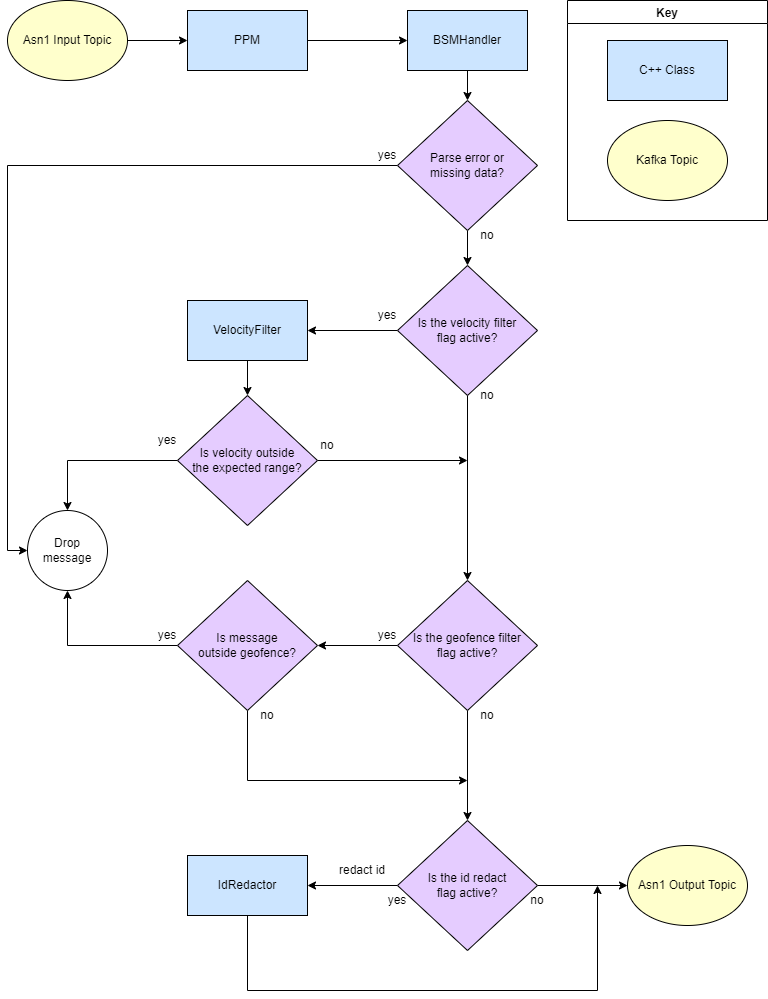
usdot-jpo-ode/jpo-cvdp keeps this draw.io diagram as docs/diagrams/data-flow/PPM Data Flow.drawio.png. Above is the earlier version. Source tidied: cells renumbered, new cells last; positions are measured from the earlier drawing's top-left corner, leaving out a move shared by most shapes. Its diagram source:
```xml
<mxGraphModel>
  <root>
    <mxCell id="0" />
    <mxCell id="1" parent="0" />
    <mxCell id="2" style="edgeStyle=orthogonalEdgeStyle;rounded=0;jettySize=auto;html=1;" parent="1" edge="1" source="3" target="5">
      <mxGeometry relative="1" as="geometry" />
    </mxCell>
    <mxCell id="3" value="PPM" style="rounded=0;whiteSpace=wrap;html=1;fillColor=#CCE5FF;" parent="1" vertex="1">
      <mxGeometry x="180" y="10" width="120" height="60" as="geometry" />
    </mxCell>
    <mxCell id="4" style="edgeStyle=orthogonalEdgeStyle;rounded=0;jettySize=auto;html=1;" parent="1" edge="1" source="5" target="46">
      <mxGeometry relative="1" as="geometry" />
    </mxCell>
    <mxCell id="5" value="BSMHandler" style="rounded=0;whiteSpace=wrap;html=1;fillColor=#CCE5FF;" parent="1" vertex="1">
      <mxGeometry x="400" y="10" width="120" height="60" as="geometry" />
    </mxCell>
    <mxCell id="6" style="edgeStyle=orthogonalEdgeStyle;rounded=0;jettySize=auto;html=1;" parent="1" edge="1" source="7" target="3">
      <mxGeometry relative="1" as="geometry" />
    </mxCell>
    <mxCell id="7" value="Asn1 Input Topic" style="ellipse;whiteSpace=wrap;html=1;fillColor=#FFFFCC;" parent="1" vertex="1">
      <mxGeometry width="120" height="80" as="geometry" />
    </mxCell>
    <mxCell id="8" value="Asn1 Output Topic" style="ellipse;whiteSpace=wrap;html=1;fillColor=#FFFFCC;" parent="1" vertex="1">
      <mxGeometry x="620" y="845" width="120" height="80" as="geometry" />
    </mxCell>
    <mxCell id="9" style="edgeStyle=orthogonalEdgeStyle;rounded=0;jettySize=auto;html=1;" parent="1" edge="1" source="11" target="13">
      <mxGeometry relative="1" as="geometry" />
    </mxCell>
    <mxCell id="10" style="edgeStyle=orthogonalEdgeStyle;rounded=0;jettySize=auto;html=1;" parent="1" edge="1" source="11" target="38">
      <mxGeometry relative="1" as="geometry" />
    </mxCell>
    <mxCell id="11" value="Is the velocity filter&lt;br&gt;flag active?" style="rhombus;whiteSpace=wrap;html=1;fillColor=#E5CCFF;" parent="1" vertex="1">
      <mxGeometry x="390" y="265" width="140" height="130" as="geometry" />
    </mxCell>
    <mxCell id="12" style="edgeStyle=orthogonalEdgeStyle;rounded=0;jettySize=auto;html=1;" parent="1" edge="1" source="13" target="29">
      <mxGeometry relative="1" as="geometry" />
    </mxCell>
    <mxCell id="13" value="VelocityFilter" style="rounded=0;whiteSpace=wrap;html=1;fillColor=#CCE5FF;" parent="1" vertex="1">
      <mxGeometry x="180" y="300" width="120" height="60" as="geometry" />
    </mxCell>
    <mxCell id="14" style="edgeStyle=orthogonalEdgeStyle;rounded=0;jettySize=auto;html=1;" parent="1" edge="1" source="16" target="18">
      <mxGeometry relative="1" as="geometry" />
    </mxCell>
    <mxCell id="15" style="edgeStyle=orthogonalEdgeStyle;rounded=0;jettySize=auto;html=1;" parent="1" edge="1" source="16" target="8">
      <mxGeometry relative="1" as="geometry" />
    </mxCell>
    <mxCell id="16" value="Is the id redact&lt;br&gt;flag active?" style="rhombus;whiteSpace=wrap;html=1;fillColor=#E5CCFF;" parent="1" vertex="1">
      <mxGeometry x="390" y="820" width="140" height="130" as="geometry" />
    </mxCell>
    <mxCell id="17" style="edgeStyle=orthogonalEdgeStyle;rounded=0;jettySize=auto;html=1;" parent="1" edge="1" source="18">
      <mxGeometry relative="1" as="geometry">
        <mxPoint x="590" y="885" as="targetPoint" />
        <Array as="points">
          <mxPoint x="240" y="990" />
          <mxPoint x="590" y="990" />
        </Array>
      </mxGeometry>
    </mxCell>
    <mxCell id="18" value="IdRedactor" style="rounded=0;whiteSpace=wrap;html=1;fillColor=#CCE5FF;" parent="1" vertex="1">
      <mxGeometry x="180" y="855" width="120" height="60" as="geometry" />
    </mxCell>
    <mxCell id="19" value="redact id" style="text;html=1;strokeColor=none;fillColor=none;align=center;verticalAlign=middle;whiteSpace=wrap;rounded=0;" parent="1" vertex="1">
      <mxGeometry x="320" y="855" width="70" height="30" as="geometry" />
    </mxCell>
    <mxCell id="20" value="yes" style="text;html=1;strokeColor=none;fillColor=none;align=center;verticalAlign=middle;whiteSpace=wrap;rounded=0;" parent="1" vertex="1">
      <mxGeometry x="360" y="885" width="60" height="30" as="geometry" />
    </mxCell>
    <mxCell id="21" value="no" style="text;html=1;strokeColor=none;fillColor=none;align=center;verticalAlign=middle;whiteSpace=wrap;rounded=0;" parent="1" vertex="1">
      <mxGeometry x="500" y="885" width="60" height="30" as="geometry" />
    </mxCell>
    <mxCell id="22" value="yes" style="text;html=1;strokeColor=none;fillColor=none;align=center;verticalAlign=middle;whiteSpace=wrap;rounded=0;" parent="1" vertex="1">
      <mxGeometry x="350" y="300" width="60" height="30" as="geometry" />
    </mxCell>
    <mxCell id="23" value="no" style="text;html=1;strokeColor=none;fillColor=none;align=center;verticalAlign=middle;whiteSpace=wrap;rounded=0;" parent="1" vertex="1">
      <mxGeometry x="450" y="380" width="60" height="30" as="geometry" />
    </mxCell>
    <mxCell id="24" value="Key" style="swimlane;fillColor=#FFFFFF;" parent="1" vertex="1">
      <mxGeometry x="560" width="200" height="220" as="geometry" />
    </mxCell>
    <mxCell id="25" value="C++ Class" style="rounded=0;whiteSpace=wrap;html=1;fillColor=#CCE5FF;" parent="24" vertex="1">
      <mxGeometry x="40" y="40" width="120" height="60" as="geometry" />
    </mxCell>
    <mxCell id="26" value="Kafka Topic" style="ellipse;whiteSpace=wrap;html=1;fillColor=#FFFFCC;" parent="24" vertex="1">
      <mxGeometry x="40" y="120" width="120" height="80" as="geometry" />
    </mxCell>
    <mxCell id="27" style="edgeStyle=orthogonalEdgeStyle;rounded=0;jettySize=auto;html=1;" parent="1" edge="1" source="29">
      <mxGeometry relative="1" as="geometry">
        <mxPoint x="460" y="460" as="targetPoint" />
      </mxGeometry>
    </mxCell>
    <mxCell id="28" style="edgeStyle=orthogonalEdgeStyle;rounded=0;jettySize=auto;html=1;entryX=0.5;entryY=0;entryDx=0;entryDy=0;" parent="1" edge="1" source="29" target="30">
      <mxGeometry relative="1" as="geometry" />
    </mxCell>
    <mxCell id="29" value="Is velocity outside&lt;br&gt;the expected range?" style="rhombus;whiteSpace=wrap;html=1;fillColor=#E5CCFF;" parent="1" vertex="1">
      <mxGeometry x="170" y="395" width="140" height="130" as="geometry" />
    </mxCell>
    <mxCell id="30" value="Drop message" style="ellipse;whiteSpace=wrap;html=1;" parent="1" vertex="1">
      <mxGeometry x="20" y="510" width="80" height="80" as="geometry" />
    </mxCell>
    <mxCell id="31" value="yes" style="text;html=1;strokeColor=none;fillColor=none;align=center;verticalAlign=middle;whiteSpace=wrap;rounded=0;" parent="1" vertex="1">
      <mxGeometry x="130" y="425" width="60" height="30" as="geometry" />
    </mxCell>
    <mxCell id="32" value="no" style="text;html=1;strokeColor=none;fillColor=none;align=center;verticalAlign=middle;whiteSpace=wrap;rounded=0;" parent="1" vertex="1">
      <mxGeometry x="290" y="430" width="60" height="30" as="geometry" />
    </mxCell>
    <mxCell id="33" style="edgeStyle=orthogonalEdgeStyle;rounded=0;jettySize=auto;html=1;" parent="1" edge="1" source="35">
      <mxGeometry relative="1" as="geometry">
        <mxPoint x="460" y="780" as="targetPoint" />
        <Array as="points">
          <mxPoint x="240" y="780" />
        </Array>
      </mxGeometry>
    </mxCell>
    <mxCell id="34" style="edgeStyle=orthogonalEdgeStyle;rounded=0;jettySize=auto;html=1;exitX=0;exitY=0.5;exitDx=0;exitDy=0;entryX=0.5;entryY=1;entryDx=0;entryDy=0;" parent="1" edge="1" source="35" target="30">
      <mxGeometry relative="1" as="geometry" />
    </mxCell>
    <mxCell id="35" value="Is message&lt;br&gt;outside geofence?" style="rhombus;whiteSpace=wrap;html=1;fillColor=#E5CCFF;" parent="1" vertex="1">
      <mxGeometry x="170" y="580" width="140" height="130" as="geometry" />
    </mxCell>
    <mxCell id="36" style="edgeStyle=orthogonalEdgeStyle;rounded=0;jettySize=auto;html=1;" parent="1" edge="1" source="38" target="35">
      <mxGeometry relative="1" as="geometry" />
    </mxCell>
    <mxCell id="37" style="edgeStyle=orthogonalEdgeStyle;rounded=0;jettySize=auto;html=1;" parent="1" edge="1" source="38" target="16">
      <mxGeometry relative="1" as="geometry" />
    </mxCell>
    <mxCell id="38" value="Is the geofence filter&lt;br&gt;flag active?" style="rhombus;whiteSpace=wrap;html=1;fillColor=#E5CCFF;" parent="1" vertex="1">
      <mxGeometry x="390" y="580" width="140" height="130" as="geometry" />
    </mxCell>
    <mxCell id="39" style="edgeStyle=orthogonalEdgeStyle;rounded=0;orthogonalLoop=1;jettySize=auto;html=1;exitX=0.5;exitY=1;exitDx=0;exitDy=0;" parent="1" edge="1" source="31" target="31">
      <mxGeometry relative="1" as="geometry" />
    </mxCell>
    <mxCell id="40" value="yes" style="text;html=1;strokeColor=none;fillColor=none;align=center;verticalAlign=middle;whiteSpace=wrap;rounded=0;" parent="1" vertex="1">
      <mxGeometry x="350" y="620" width="60" height="30" as="geometry" />
    </mxCell>
    <mxCell id="41" value="no" style="text;html=1;strokeColor=none;fillColor=none;align=center;verticalAlign=middle;whiteSpace=wrap;rounded=0;" parent="1" vertex="1">
      <mxGeometry x="450" y="700" width="60" height="30" as="geometry" />
    </mxCell>
    <mxCell id="42" value="yes" style="text;html=1;strokeColor=none;fillColor=none;align=center;verticalAlign=middle;whiteSpace=wrap;rounded=0;" parent="1" vertex="1">
      <mxGeometry x="130" y="620" width="60" height="30" as="geometry" />
    </mxCell>
    <mxCell id="43" value="no" style="text;html=1;strokeColor=none;fillColor=none;align=center;verticalAlign=middle;whiteSpace=wrap;rounded=0;" parent="1" vertex="1">
      <mxGeometry x="230" y="700" width="60" height="30" as="geometry" />
    </mxCell>
    <mxCell id="44" style="edgeStyle=orthogonalEdgeStyle;rounded=0;jettySize=auto;html=1;" parent="1" edge="1" source="46" target="11">
      <mxGeometry relative="1" as="geometry" />
    </mxCell>
    <mxCell id="45" style="edgeStyle=orthogonalEdgeStyle;rounded=0;jettySize=auto;html=1;entryX=0;entryY=0.5;entryDx=0;entryDy=0;" parent="1" edge="1" source="46" target="30">
      <mxGeometry relative="1" as="geometry" />
    </mxCell>
    <mxCell id="46" value="Parse error or&lt;br&gt;missing data?" style="rhombus;whiteSpace=wrap;html=1;fillColor=#E5CCFF;" parent="1" vertex="1">
      <mxGeometry x="390" y="100" width="140" height="130" as="geometry" />
    </mxCell>
    <mxCell id="47" value="yes" style="text;html=1;strokeColor=none;fillColor=none;align=center;verticalAlign=middle;whiteSpace=wrap;rounded=0;" parent="1" vertex="1">
      <mxGeometry x="350" y="140" width="60" height="30" as="geometry" />
    </mxCell>
    <mxCell id="48" value="no" style="text;html=1;strokeColor=none;fillColor=none;align=center;verticalAlign=middle;whiteSpace=wrap;rounded=0;" parent="1" vertex="1">
      <mxGeometry x="450" y="220" width="60" height="30" as="geometry" />
    </mxCell>
  </root>
</mxGraphModel>
```
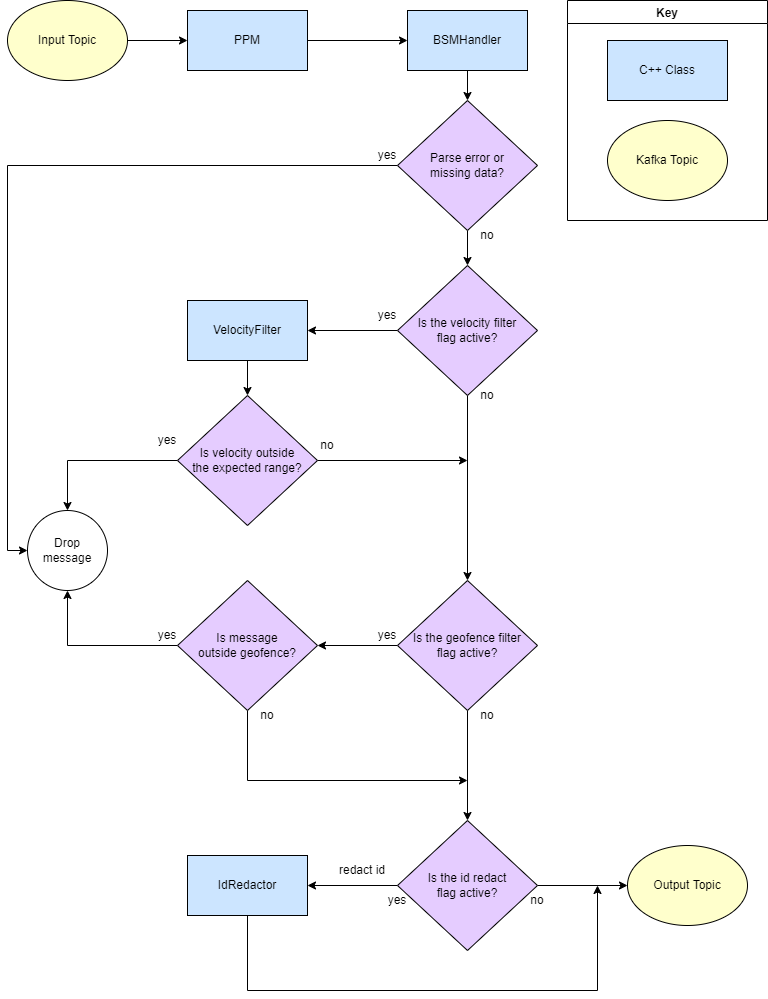
After the change.

Commit message:
Slightly modified the diagram to reference general kafka topics.

Diff of the diagram source:
```diff
@@ -17,10 +17,10 @@
     <mxCell id="6" style="edgeStyle=orthogonalEdgeStyle;rounded=0;jettySize=auto;html=1;" parent="1" edge="1" source="7" target="3">
       <mxGeometry relative="1" as="geometry" />
     </mxCell>
-    <mxCell id="7" value="Asn1 Input Topic" style="ellipse;whiteSpace=wrap;html=1;fillColor=#FFFFCC;" parent="1" vertex="1">
+    <mxCell id="7" value="Input Topic" style="ellipse;whiteSpace=wrap;html=1;fillColor=#FFFFCC;" parent="1" vertex="1">
       <mxGeometry width="120" height="80" as="geometry" />
     </mxCell>
-    <mxCell id="8" value="Asn1 Output Topic" style="ellipse;whiteSpace=wrap;html=1;fillColor=#FFFFCC;" parent="1" vertex="1">
+    <mxCell id="8" value="Output Topic" style="ellipse;whiteSpace=wrap;html=1;fillColor=#FFFFCC;" parent="1" vertex="1">
       <mxGeometry x="620" y="845" width="120" height="80" as="geometry" />
     </mxCell>
     <mxCell id="9" style="edgeStyle=orthogonalEdgeStyle;rounded=0;jettySize=auto;html=1;" parent="1" edge="1" source="11" target="13">
```
